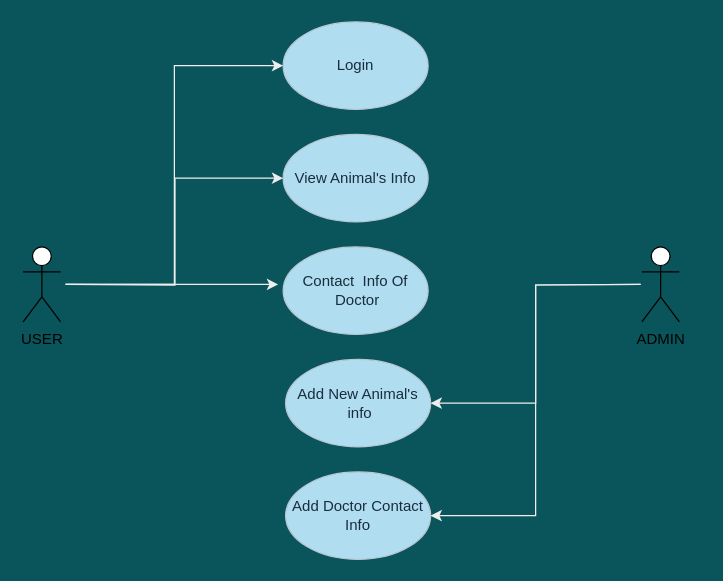
This is temp/Untitled Diagram.drawio from ShubhamDave07/Veternery_Project, a draw.io file, before an edit. Source tidied: cells renumbered, new cells numbered last; positions are measured from the earlier drawing's top-left corner, leaving out a move shared by most shapes. Both pictures are drawn from the tidied source at 125%, with x=0, y=0 at pixel (22, 21).
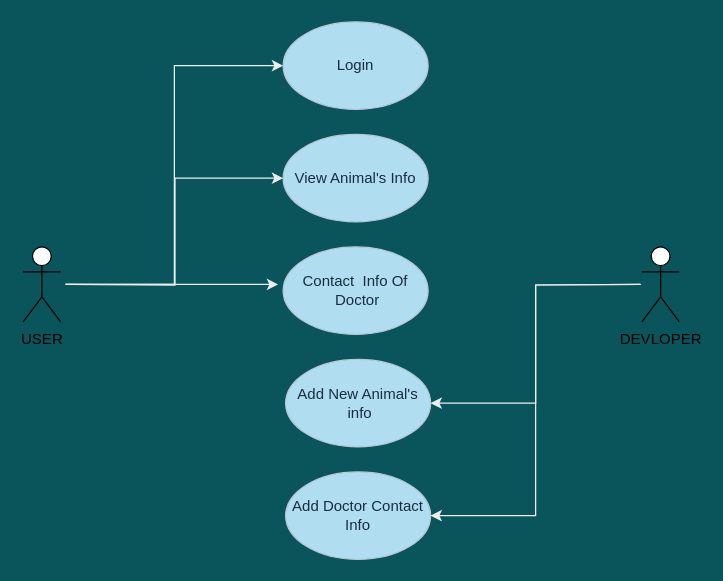
Above is the later version.

Commit message (it also covers changes not shown here):
Admin Changed with Devloper

The edit, as a diff of the source:
```diff
@@
-    <mxCell id="14" value="ADMIN" style="shape=umlActor;verticalLabelPosition=bottom;verticalAlign=top;html=1;" parent="1" vertex="1">
+    <mxCell id="14" value="DEVLOPER" style="shape=umlActor;verticalLabelPosition=bottom;verticalAlign=top;html=1;" parent="1" vertex="1">
       <mxGeometry x="495" y="180" width="30" height="60" as="geometry" />
     </mxCell>
```
